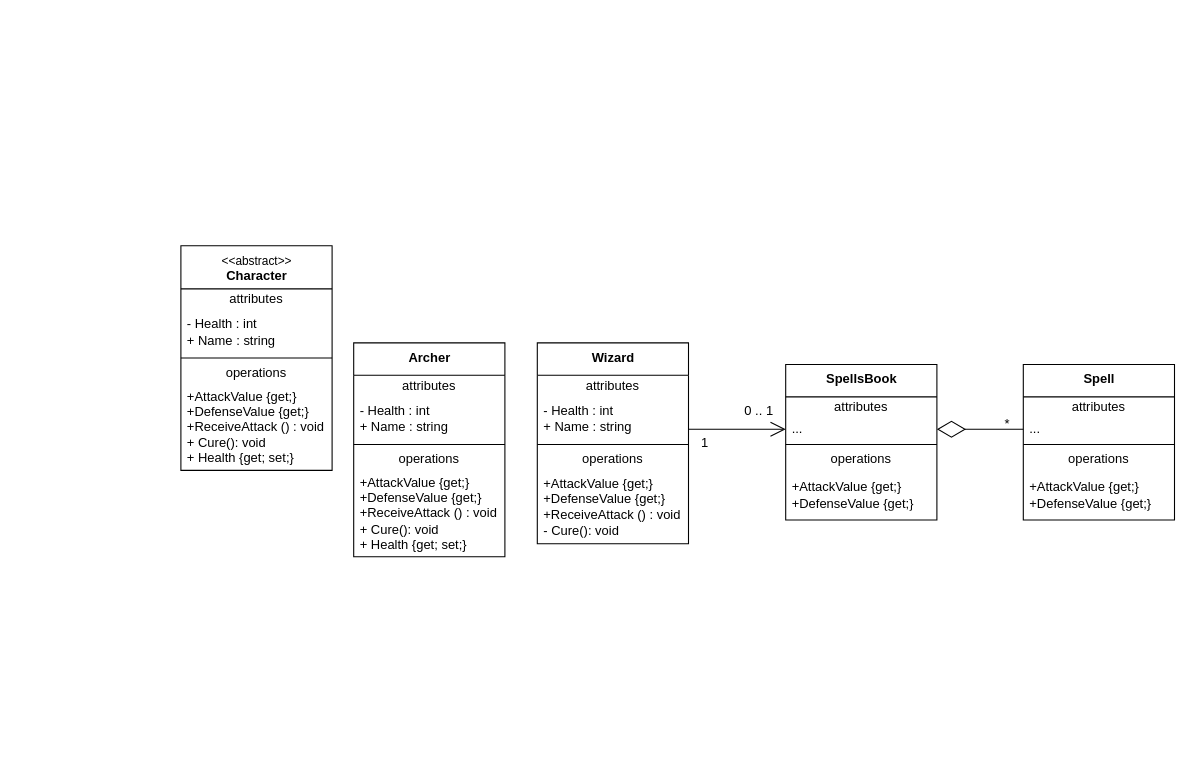
Above: uml.drawio in mele-dev/roleplay-parte-2 (draw.io), before the change. Source tidied: cells renumbered, new cells numbered last; positions are measured from the earlier drawing's top-left corner, leaving out a move shared by most shapes. Both pictures are drawn from the tidied source at 108%, with x=0, y=0 at pixel (180, 245).
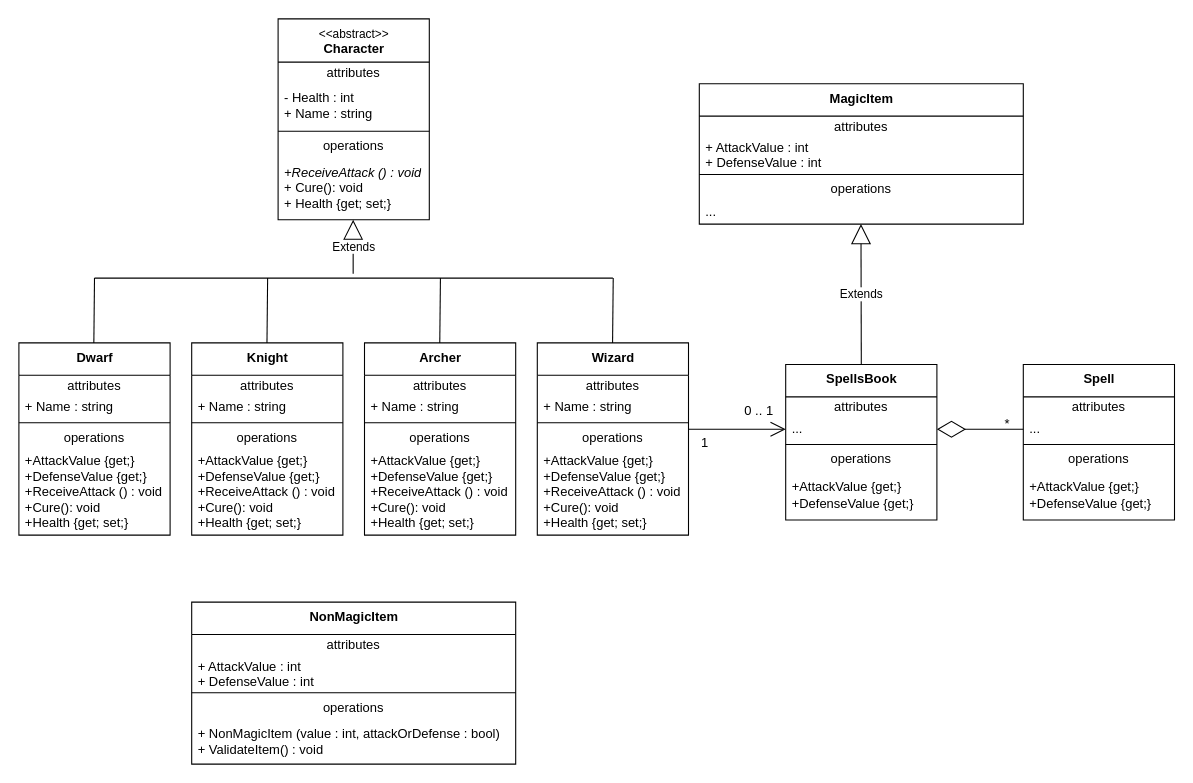
After the change.

Commit message (it also covers changes not shown here):
uml casi completo

Unchanged cells that the change refers to:
```xml
<mxCell id="8" value="&lt;b&gt;SpellsBook&lt;/b&gt;" style="swimlane;fontStyle=0;align=center;verticalAlign=top;horizontal=1;startSize=30;html=1;" parent="1" vertex="1">
  <mxGeometry x="560" y="110" width="140" height="144" as="geometry" />
</mxCell>
```

Diff of the diagram source:
```diff
@@
     <mxCell id="2" value="&lt;b&gt;Archer&lt;/b&gt;" style="swimlane;fontStyle=0;align=center;verticalAlign=top;horizontal=1;startSize=30;html=1;" parent="1" vertex="1">
-      <mxGeometry x="160" y="90" width="140" height="198" as="geometry" />
+      <mxGeometry x="170" y="90" width="140" height="178" as="geometry" />
     </mxCell>
@@
-    <mxCell id="4" value="- Health : int&lt;br&gt;+ Name : string" style="text;html=1;strokeColor=none;fillColor=none;align=left;verticalAlign=middle;spacingLeft=4;spacingRight=4;overflow=hidden;" parent="2" vertex="1">
-      <mxGeometry y="50" width="140" height="40" as="geometry" />
+    <mxCell id="4" value="+ Name : string" style="text;html=1;strokeColor=none;fillColor=none;align=left;verticalAlign=middle;spacingLeft=4;spacingRight=4;overflow=hidden;" parent="2" vertex="1">
+      <mxGeometry y="50" width="140" height="20" as="geometry" />
     </mxCell>
     <mxCell id="5" style="line;strokeWidth=1;fillColor=none;align=left;verticalAlign=middle;spacingTop=-1;spacingLeft=3;spacingRight=3;labelPosition=right;" parent="2" vertex="1">
-      <mxGeometry y="90" width="140" height="8" as="geometry" />
+      <mxGeometry y="70" width="140" height="8" as="geometry" />
     </mxCell>
     <mxCell id="6" value="operations" style="text;html=1;strokeColor=none;fillColor=none;align=center;verticalAlign=middle;spacingLeft=4;spacingRight=4;overflow=hidden;" parent="2" vertex="1">
-      <mxGeometry y="98" width="140" height="20" as="geometry" />
+      <mxGeometry y="78" width="140" height="20" as="geometry" />
     </mxCell>
-    <mxCell id="7" value="+AttackValue {get;}&lt;br&gt;+DefenseValue {get;}&lt;br&gt;+ReceiveAttack () : void&lt;br&gt;+ Cure(): void&lt;br&gt;+ Health {get; set;}" style="text;html=1;strokeColor=none;fillColor=none;align=left;verticalAlign=middle;spacingLeft=4;spacingRight=4;overflow=hidden;" parent="2" vertex="1">
-      <mxGeometry y="118" width="140" height="80" as="geometry" />
+    <mxCell id="7" value="+AttackValue {get;}&lt;br&gt;+DefenseValue {get;}&lt;br&gt;+ReceiveAttack () : void&lt;br&gt;+Cure(): void&lt;br&gt;+Health {get; set;}" style="text;html=1;strokeColor=none;fillColor=none;align=left;verticalAlign=middle;spacingLeft=4;spacingRight=4;overflow=hidden;" parent="2" vertex="1">
+      <mxGeometry y="98" width="140" height="80" as="geometry" />
     </mxCell>
@@
     <mxCell id="22" value="&lt;b&gt;Wizard&lt;/b&gt;" style="swimlane;fontStyle=0;align=center;verticalAlign=top;horizontal=1;startSize=30;html=1;" parent="1" vertex="1">
-      <mxGeometry x="330" y="90" width="140" height="186" as="geometry" />
+      <mxGeometry x="330" y="90" width="140" height="178" as="geometry" />
     </mxCell>
@@
-    <mxCell id="24" value="- Health : int&lt;br&gt;+ Name : string" style="text;html=1;strokeColor=none;fillColor=none;align=left;verticalAlign=middle;spacingLeft=4;spacingRight=4;overflow=hidden;" parent="22" vertex="1">
-      <mxGeometry y="50" width="140" height="40" as="geometry" />
+    <mxCell id="24" value="+ Name : string" style="text;html=1;strokeColor=none;fillColor=none;align=left;verticalAlign=middle;spacingLeft=4;spacingRight=4;overflow=hidden;" parent="22" vertex="1">
+      <mxGeometry y="50" width="140" height="20" as="geometry" />
     </mxCell>
     <mxCell id="25" style="line;strokeWidth=1;fillColor=none;align=left;verticalAlign=middle;spacingTop=-1;spacingLeft=3;spacingRight=3;labelPosition=right;" parent="22" vertex="1">
-      <mxGeometry y="90" width="140" height="8" as="geometry" />
+      <mxGeometry y="70" width="140" height="8" as="geometry" />
     </mxCell>
     <mxCell id="26" value="operations" style="text;html=1;strokeColor=none;fillColor=none;align=center;verticalAlign=middle;spacingLeft=4;spacingRight=4;overflow=hidden;" parent="22" vertex="1">
-      <mxGeometry y="98" width="140" height="20" as="geometry" />
+      <mxGeometry y="78" width="140" height="20" as="geometry" />
     </mxCell>
-    <mxCell id="27" value="+AttackValue {get;}&lt;br&gt;+DefenseValue {get;}&lt;br&gt;+ReceiveAttack () : void&lt;br&gt;- Cure(): void" style="text;html=1;strokeColor=none;fillColor=none;align=left;verticalAlign=middle;spacingLeft=4;spacingRight=4;overflow=hidden;" parent="22" vertex="1">
-      <mxGeometry y="118" width="140" height="68" as="geometry" />
+    <mxCell id="27" value="+AttackValue {get;}&lt;br&gt;+DefenseValue {get;}&lt;br&gt;+ReceiveAttack () : void&lt;br&gt;+Cure(): void&lt;br&gt;+Health {get; set;}" style="text;html=1;strokeColor=none;fillColor=none;align=left;verticalAlign=middle;spacingLeft=4;spacingRight=4;overflow=hidden;" parent="22" vertex="1">
+      <mxGeometry y="98" width="140" height="80" as="geometry" />
     </mxCell>
@@
     <mxCell id="31" value="&lt;font style=&quot;font-size: 11px;&quot;&gt;&amp;lt;&amp;lt;abstract&amp;gt;&amp;gt;&lt;/font&gt;&lt;br&gt;&lt;b&gt;Character&lt;/b&gt;" style="swimlane;fontStyle=0;align=center;verticalAlign=top;horizontal=1;startSize=40;html=1;" parent="1" vertex="1">
-      <mxGeometry width="140" height="208" as="geometry" />
+      <mxGeometry x="90" y="-210" width="140" height="186" as="geometry" />
     </mxCell>
@@
-    <mxCell id="36" value="+AttackValue {get;}&lt;br&gt;+DefenseValue {get;}&lt;br&gt;+ReceiveAttack () : void&lt;br&gt;+ Cure(): void&lt;br&gt;+ Health {get; set;}" style="text;html=1;strokeColor=none;fillColor=none;align=left;verticalAlign=middle;spacingLeft=4;spacingRight=4;overflow=hidden;" parent="31" vertex="1">
-      <mxGeometry y="128" width="140" height="80" as="geometry" />
+    <mxCell id="36" value="&lt;i&gt;+ReceiveAttack () : void&lt;/i&gt;&lt;br&gt;+ Cure(): void&lt;br&gt;+ Health {get; set;}" style="text;html=1;strokeColor=none;fillColor=none;align=left;verticalAlign=middle;spacingLeft=4;spacingRight=4;overflow=hidden;" parent="31" vertex="1">
+      <mxGeometry y="128" width="140" height="58" as="geometry" />
     </mxCell>
+    <mxCell id="37" value="&lt;b&gt;Knight&lt;/b&gt;" style="swimlane;fontStyle=0;align=center;verticalAlign=top;horizontal=1;startSize=30;html=1;" parent="1" vertex="1">
+      <mxGeometry x="10" y="90" width="140" height="178" as="geometry" />
+    </mxCell>
+    <mxCell id="38" value="attributes" style="text;html=1;strokeColor=none;fillColor=none;align=center;verticalAlign=middle;spacingLeft=4;spacingRight=4;overflow=hidden;" parent="37" vertex="1">
+      <mxGeometry y="30" width="140" height="20" as="geometry" />
+    </mxCell>
+    <mxCell id="39" value="+ Name : string" style="text;html=1;strokeColor=none;fillColor=none;align=left;verticalAlign=middle;spacingLeft=4;spacingRight=4;overflow=hidden;" parent="37" vertex="1">
+      <mxGeometry y="50" width="140" height="20" as="geometry" />
+    </mxCell>
+    <mxCell id="40" style="line;strokeWidth=1;fillColor=none;align=left;verticalAlign=middle;spacingTop=-1;spacingLeft=3;spacingRight=3;labelPosition=right;" parent="37" vertex="1">
+      <mxGeometry y="70" width="140" height="8" as="geometry" />
+    </mxCell>
+    <mxCell id="41" value="operations" style="text;html=1;strokeColor=none;fillColor=none;align=center;verticalAlign=middle;spacingLeft=4;spacingRight=4;overflow=hidden;" parent="37" vertex="1">
+      <mxGeometry y="78" width="140" height="20" as="geometry" />
+    </mxCell>
+    <mxCell id="42" value="+AttackValue {get;}&lt;br&gt;+DefenseValue {get;}&lt;br&gt;+ReceiveAttack () : void&lt;br&gt;+Cure(): void&lt;br&gt;+Health {get; set;}" style="text;html=1;strokeColor=none;fillColor=none;align=left;verticalAlign=middle;spacingLeft=4;spacingRight=4;overflow=hidden;" parent="37" vertex="1">
+      <mxGeometry y="98" width="140" height="80" as="geometry" />
+    </mxCell>
+    <mxCell id="43" value="&lt;b&gt;Dwarf&lt;/b&gt;" style="swimlane;fontStyle=0;align=center;verticalAlign=top;horizontal=1;startSize=30;html=1;" parent="1" vertex="1">
+      <mxGeometry x="-150" y="90" width="140" height="178" as="geometry" />
+    </mxCell>
+    <mxCell id="44" value="attributes" style="text;html=1;strokeColor=none;fillColor=none;align=center;verticalAlign=middle;spacingLeft=4;spacingRight=4;overflow=hidden;" parent="43" vertex="1">
+      <mxGeometry y="30" width="140" height="20" as="geometry" />
+    </mxCell>
+    <mxCell id="45" value="+ Name : string" style="text;html=1;strokeColor=none;fillColor=none;align=left;verticalAlign=middle;spacingLeft=4;spacingRight=4;overflow=hidden;" parent="43" vertex="1">
+      <mxGeometry y="50" width="140" height="20" as="geometry" />
+    </mxCell>
+    <mxCell id="46" style="line;strokeWidth=1;fillColor=none;align=left;verticalAlign=middle;spacingTop=-1;spacingLeft=3;spacingRight=3;labelPosition=right;" parent="43" vertex="1">
+      <mxGeometry y="70" width="140" height="8" as="geometry" />
+    </mxCell>
+    <mxCell id="47" value="operations" style="text;html=1;strokeColor=none;fillColor=none;align=center;verticalAlign=middle;spacingLeft=4;spacingRight=4;overflow=hidden;" parent="43" vertex="1">
+      <mxGeometry y="78" width="140" height="20" as="geometry" />
+    </mxCell>
+    <mxCell id="48" value="+AttackValue {get;}&lt;br&gt;+DefenseValue {get;}&lt;br&gt;+ReceiveAttack () : void&lt;br&gt;+Cure(): void&lt;br&gt;+Health {get; set;}" style="text;html=1;strokeColor=none;fillColor=none;align=left;verticalAlign=middle;spacingLeft=4;spacingRight=4;overflow=hidden;" parent="43" vertex="1">
+      <mxGeometry y="98" width="140" height="80" as="geometry" />
+    </mxCell>
+    <mxCell id="49" value="Extends" style="endArrow=block;endSize=16;endFill=0;html=1;" parent="1" edge="1">
+      <mxGeometry relative="1" as="geometry">
+        <mxPoint x="159.5" y="26" as="sourcePoint" />
+        <mxPoint x="159.5" y="-24" as="targetPoint" />
+      </mxGeometry>
+    </mxCell>
+    <mxCell id="50" style="html=1;verticalAlign=bottom;labelBackgroundColor=none;endArrow=none;endFill=0;endSize=6;align=left;" parent="1" edge="1">
+      <mxGeometry x="-1" relative="1" as="geometry">
+        <mxPoint x="-80" y="30" as="sourcePoint" />
+        <mxPoint x="400" y="30" as="targetPoint" />
+      </mxGeometry>
+    </mxCell>
+    <mxCell id="51" style="html=1;verticalAlign=bottom;labelBackgroundColor=none;endArrow=none;endFill=0;endSize=6;align=left;" parent="1" edge="1">
+      <mxGeometry x="-1" relative="1" as="geometry">
+        <mxPoint x="-80.6" y="90" as="sourcePoint" />
+        <mxPoint x="-80" y="30" as="targetPoint" />
+      </mxGeometry>
+    </mxCell>
+    <mxCell id="52" style="html=1;verticalAlign=bottom;labelBackgroundColor=none;endArrow=none;endFill=0;endSize=6;align=left;" parent="1" edge="1">
+      <mxGeometry x="-1" relative="1" as="geometry">
+        <mxPoint x="79.7" y="90" as="sourcePoint" />
+        <mxPoint x="80.3" y="30" as="targetPoint" />
+      </mxGeometry>
+    </mxCell>
+    <mxCell id="53" style="html=1;verticalAlign=bottom;labelBackgroundColor=none;endArrow=none;endFill=0;endSize=6;align=left;" parent="1" edge="1">
+      <mxGeometry x="-1" relative="1" as="geometry">
+        <mxPoint x="239.7" y="90" as="sourcePoint" />
+        <mxPoint x="240.3" y="30" as="targetPoint" />
+      </mxGeometry>
+    </mxCell>
+    <mxCell id="54" style="html=1;verticalAlign=bottom;labelBackgroundColor=none;endArrow=none;endFill=0;endSize=6;align=left;" parent="1" edge="1">
+      <mxGeometry x="-1" relative="1" as="geometry">
+        <mxPoint x="399.7" y="90" as="sourcePoint" />
+        <mxPoint x="400.3" y="30" as="targetPoint" />
+      </mxGeometry>
+    </mxCell>
+    <mxCell id="55" value="&lt;b&gt;NonMagicItem&lt;/b&gt;" style="swimlane;fontStyle=0;align=center;verticalAlign=top;horizontal=1;startSize=30;html=1;" parent="1" vertex="1">
+      <mxGeometry x="10" y="330" width="300" height="150" as="geometry" />
+    </mxCell>
+    <mxCell id="56" value="attributes" style="text;html=1;strokeColor=none;fillColor=none;align=center;verticalAlign=middle;spacingLeft=4;spacingRight=4;overflow=hidden;" parent="55" vertex="1">
+      <mxGeometry y="30" width="300" height="20" as="geometry" />
+    </mxCell>
+    <mxCell id="57" value="+ AttackValue : int&lt;br&gt;+ DefenseValue : int" style="text;html=1;strokeColor=none;fillColor=none;align=left;verticalAlign=middle;spacingLeft=4;spacingRight=4;overflow=hidden;" parent="55" vertex="1">
+      <mxGeometry y="50" width="300" height="30" as="geometry" />
+    </mxCell>
+    <mxCell id="58" style="line;strokeWidth=1;fillColor=none;align=left;verticalAlign=middle;spacingTop=-1;spacingLeft=3;spacingRight=3;labelPosition=right;" parent="55" vertex="1">
+      <mxGeometry y="80" width="300" height="8" as="geometry" />
+    </mxCell>
+    <mxCell id="59" value="operations" style="text;html=1;strokeColor=none;fillColor=none;align=center;verticalAlign=middle;spacingLeft=4;spacingRight=4;overflow=hidden;" parent="55" vertex="1">
+      <mxGeometry y="88" width="300" height="20" as="geometry" />
+    </mxCell>
+    <mxCell id="60" value="+ NonMagicItem (value : int, attackOrDefense : bool)&lt;br&gt;+ ValidateItem() : void" style="text;html=1;strokeColor=none;fillColor=none;align=left;verticalAlign=middle;spacingLeft=4;spacingRight=4;overflow=hidden;" parent="55" vertex="1">
+      <mxGeometry y="108" width="300" height="42" as="geometry" />
+    </mxCell>
+    <mxCell id="61" value="&lt;b&gt;MagicItem&lt;/b&gt;" style="swimlane;fontStyle=0;align=center;verticalAlign=top;horizontal=1;startSize=30;html=1;" parent="1" vertex="1">
+      <mxGeometry x="480" y="-150" width="300" height="130" as="geometry" />
+    </mxCell>
+    <mxCell id="62" value="attributes" style="text;html=1;strokeColor=none;fillColor=none;align=center;verticalAlign=middle;spacingLeft=4;spacingRight=4;overflow=hidden;" parent="61" vertex="1">
+      <mxGeometry y="30" width="300" height="20" as="geometry" />
+    </mxCell>
+    <mxCell id="63" value="+ AttackValue : int&lt;br&gt;+ DefenseValue : int" style="text;html=1;strokeColor=none;fillColor=none;align=left;verticalAlign=middle;spacingLeft=4;spacingRight=4;overflow=hidden;" parent="61" vertex="1">
+      <mxGeometry y="50" width="300" height="30" as="geometry" />
+    </mxCell>
+    <mxCell id="64" style="line;strokeWidth=1;fillColor=none;align=left;verticalAlign=middle;spacingTop=-1;spacingLeft=3;spacingRight=3;labelPosition=right;" parent="61" vertex="1">
+      <mxGeometry y="80" width="300" height="8" as="geometry" />
+    </mxCell>
+    <mxCell id="65" value="operations" style="text;html=1;strokeColor=none;fillColor=none;align=center;verticalAlign=middle;spacingLeft=4;spacingRight=4;overflow=hidden;" parent="61" vertex="1">
+      <mxGeometry y="88" width="300" height="20" as="geometry" />
+    </mxCell>
+    <mxCell id="66" value="..." style="text;html=1;strokeColor=none;fillColor=none;align=left;verticalAlign=middle;spacingLeft=4;spacingRight=4;overflow=hidden;" parent="61" vertex="1">
+      <mxGeometry y="108" width="300" height="22" as="geometry" />
+    </mxCell>
+    <mxCell id="67" value="Extends" style="endArrow=block;endSize=16;endFill=0;html=1;exitX=0.5;exitY=0;exitDx=0;exitDy=0;" parent="1" edge="1" source="8">
+      <mxGeometry relative="1" as="geometry">
+        <mxPoint x="629.7" y="-20" as="targetPoint" />
+      </mxGeometry>
+    </mxCell>
```
